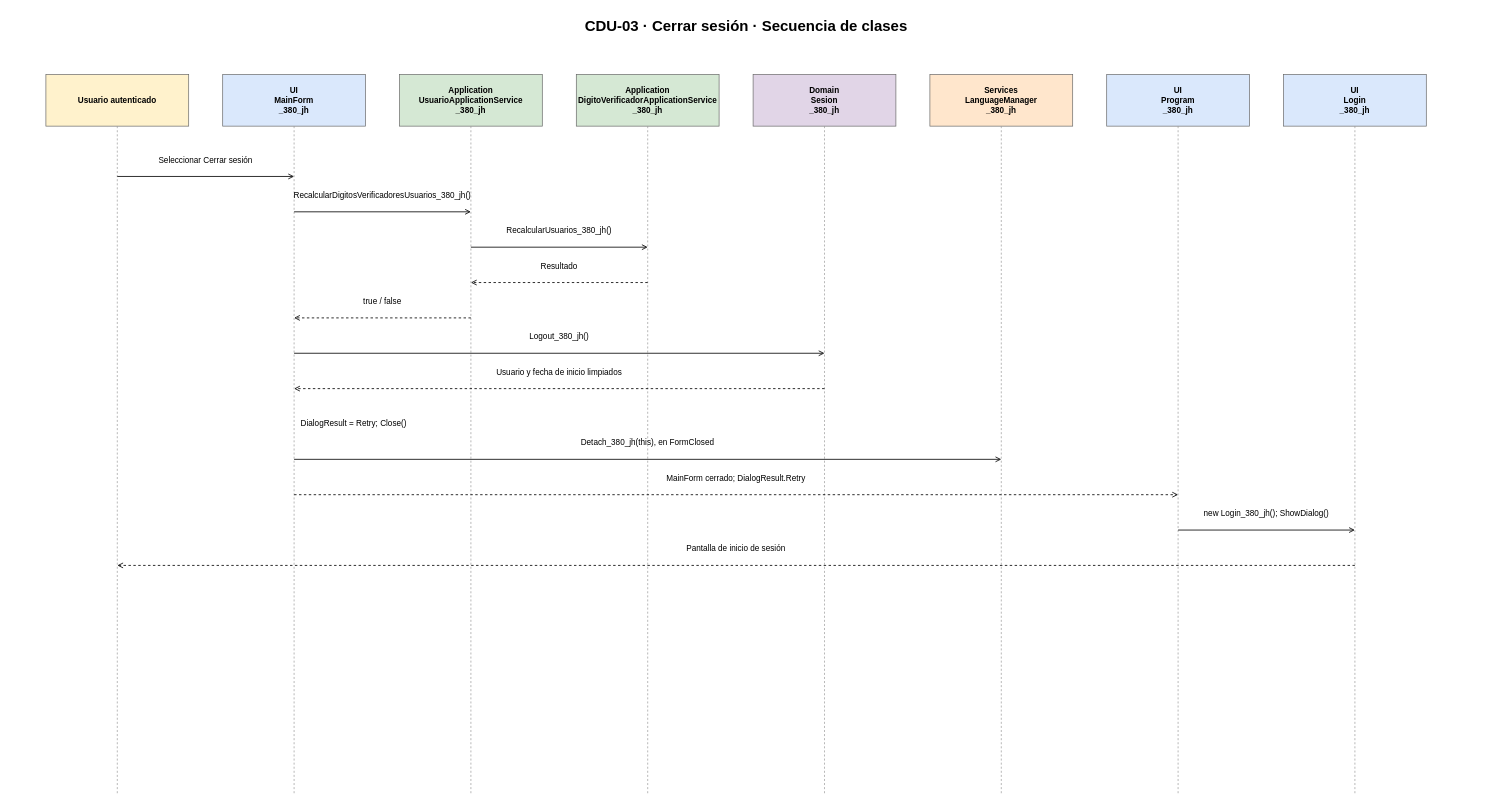
Earlier version of the draw.io diagram Diagramas/Diagramas de Secuencia/CDU-03 - Logout - Secuencia.drawio (juanNH/Ingenieria-de-Software). Source tidied: cells renumbered, new cells numbered last; positions are measured from the earlier drawing's top-left corner, leaving out a move shared by most shapes. Both pictures are drawn from the tidied source at 68%, with x=0, y=0 at pixel (12, 12).
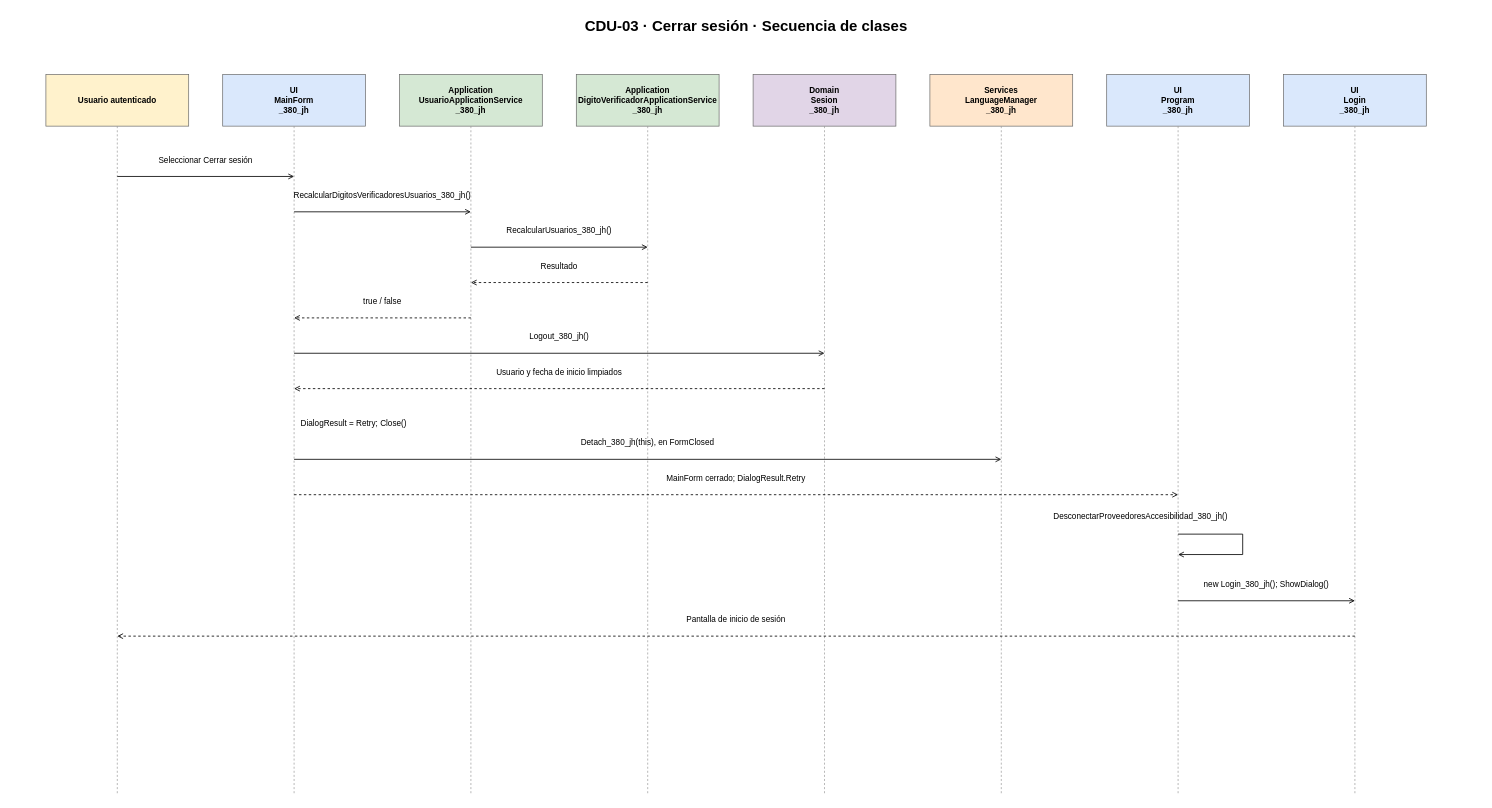
The same page after the edit.

What changed in the source:
```diff
@@
+    <mxCell id="42" style="edgeStyle=orthogonalEdgeStyle;rounded=0;html=1;fontFamily=Arial;fontSize=13;endArrow=open;endFill=0;strokeWidth=1.2;" parent="1" edge="1">
+      <mxGeometry relative="1" as="geometry">
+        <mxPoint x="1715" y="768" as="sourcePoint" />
+        <mxPoint x="1715" y="798" as="targetPoint" />
+        <Array as="points">
+          <mxPoint x="1810" y="768" />
+          <mxPoint x="1810" y="798" />
+        </Array>
+      </mxGeometry>
+    </mxCell>
+    <mxCell id="43" value="DesconectarProveedoresAccesibilidad_380_jh()" style="text;html=1;whiteSpace=wrap;strokeColor=none;fillColor=none;align=center;verticalAlign=middle;fontFamily=Arial;fontSize=12;" parent="1" vertex="1">
+      <mxGeometry x="1410" y="724" width="500" height="36" as="geometry" />
+    </mxCell>
     <mxCell id="38" style="html=1;fontFamily=Arial;fontSize=13;labelBackgroundColor=#ffffff;endArrow=open;endFill=0;strokeWidth=1.2;" parent="1" edge="1">
       <mxGeometry relative="1" as="geometry">
-        <mxPoint x="1715" y="762" as="sourcePoint" />
-        <mxPoint x="1975" y="762" as="targetPoint" />
+        <mxPoint x="1715" y="866" as="sourcePoint" />
+        <mxPoint x="1975" y="866" as="targetPoint" />
       </mxGeometry>
     </mxCell>
     <mxCell id="39" value="new Login_380_jh(); ShowDialog()" style="text;html=1;whiteSpace=wrap;strokeColor=none;fillColor=none;align=center;verticalAlign=middle;fontFamily=Arial;fontSize=12;" parent="1" vertex="1">
-      <mxGeometry x="1721" y="720" width="248" height="36" as="geometry" />
+      <mxGeometry x="1721" y="824" width="248" height="36" as="geometry" />
     </mxCell>
     <mxCell id="40" style="html=1;fontFamily=Arial;fontSize=13;labelBackgroundColor=#ffffff;endArrow=open;endFill=0;strokeWidth=1.2;dashed=1;" parent="1" edge="1">
       <mxGeometry relative="1" as="geometry">
-        <mxPoint x="1975" y="814" as="sourcePoint" />
-        <mxPoint x="155" y="814" as="targetPoint" />
+        <mxPoint x="1975" y="918" as="sourcePoint" />
+        <mxPoint x="155" y="918" as="targetPoint" />
       </mxGeometry>
     </mxCell>
     <mxCell id="41" value="Pantalla de inicio de sesión" style="text;html=1;whiteSpace=wrap;strokeColor=none;fillColor=none;align=center;verticalAlign=middle;fontFamily=Arial;fontSize=12;" parent="1" vertex="1">
-      <mxGeometry x="725" y="772" width="680" height="36" as="geometry" />
+      <mxGeometry x="725" y="876" width="680" height="36" as="geometry" />
     </mxCell>
```
